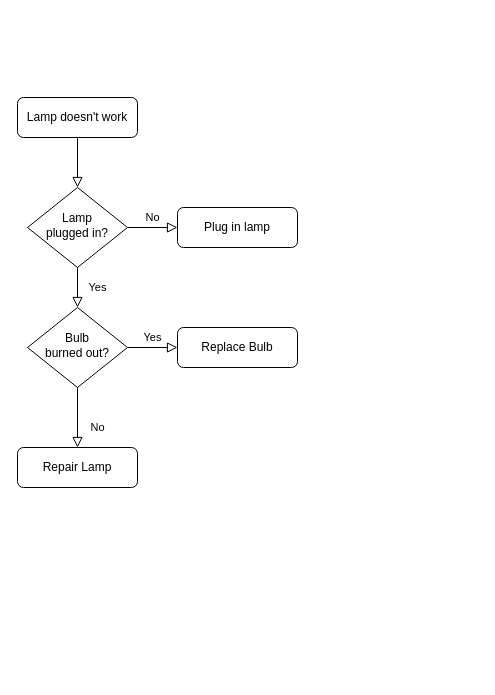
Earlier version of the draw.io diagram register.drawio (MasEBTa/drawio). Source tidied: cells renumbered, new cells numbered last; positions are measured from the earlier drawing's top-left corner, leaving out a move shared by most shapes. Both pictures are drawn from the tidied source at 100%, with x=0, y=0 at pixel (17, 97).
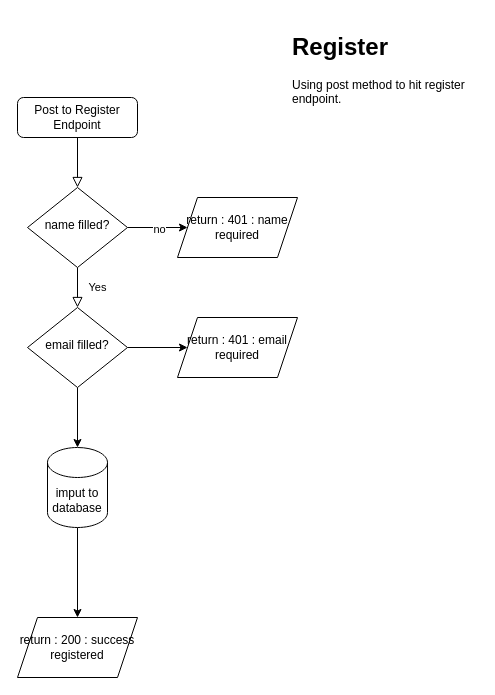
The same diagram, later.

The edit, as a diff of the source:
```diff
@@
 <mxGraphModel>
   <root>
     <mxCell id="0" />
     <mxCell id="1" parent="0" />
     <mxCell id="2" style="rounded=0;html=1;jettySize=auto;fontSize=11;endArrow=block;endFill=0;endSize=8;strokeWidth=1;shadow=0;labelBackgroundColor=none;edgeStyle=orthogonalEdgeStyle;" parent="1" edge="1" source="3" target="6">
       <mxGeometry relative="1" as="geometry" />
     </mxCell>
-    <mxCell id="3" value="Lamp doesn't work" style="rounded=1;whiteSpace=wrap;html=1;fontSize=12;glass=0;strokeWidth=1;shadow=0;" parent="1" vertex="1">
+    <mxCell id="3" value="Post to Register Endpoint" style="rounded=1;whiteSpace=wrap;html=1;fontSize=12;glass=0;strokeWidth=1;shadow=0;" parent="1" vertex="1">
       <mxGeometry width="120" height="40" as="geometry" />
     </mxCell>
     <mxCell id="4" value="Yes" style="rounded=0;html=1;jettySize=auto;fontSize=11;endArrow=block;endFill=0;endSize=8;strokeWidth=1;shadow=0;labelBackgroundColor=none;edgeStyle=orthogonalEdgeStyle;" parent="1" edge="1" source="6" target="10">
       <mxGeometry y="20" relative="1" as="geometry" />
     </mxCell>
-    <mxCell id="5" value="No" style="edgeStyle=orthogonalEdgeStyle;rounded=0;html=1;jettySize=auto;fontSize=11;endArrow=block;endFill=0;endSize=8;strokeWidth=1;shadow=0;labelBackgroundColor=none;" parent="1" edge="1" source="6" target="7">
-      <mxGeometry y="10" relative="1" as="geometry" />
-    </mxCell>
+    <mxCell id="13" style="edgeStyle=orthogonalEdgeStyle;rounded=0;jettySize=auto;html=1;" parent="1" edge="1" source="6" target="19">
+      <mxGeometry relative="1" as="geometry" />
+    </mxCell>
+    <mxCell id="14" value="no" style="edgeLabel;html=1;align=center;verticalAlign=middle;" parent="13" vertex="1">
+      <mxGeometry x="0.03" y="-1" relative="1" as="geometry" />
+    </mxCell>
-    <mxCell id="6" value="Lamp&lt;br&gt;plugged in?" style="rhombus;whiteSpace=wrap;html=1;shadow=0;fontFamily=Helvetica;fontSize=12;align=center;strokeWidth=1;spacing=6;spacingTop=-4;" parent="1" vertex="1">
+    <mxCell id="6" value="name filled?" style="rhombus;whiteSpace=wrap;html=1;shadow=0;fontFamily=Helvetica;fontSize=12;align=center;strokeWidth=1;spacing=6;spacingTop=-4;" parent="1" vertex="1">
       <mxGeometry x="10" y="90" width="100" height="80" as="geometry" />
     </mxCell>
-    <mxCell id="7" value="Plug in lamp" style="rounded=1;whiteSpace=wrap;html=1;fontSize=12;glass=0;strokeWidth=1;shadow=0;" parent="1" vertex="1">
-      <mxGeometry x="160" y="110" width="120" height="40" as="geometry" />
-    </mxCell>
-    <mxCell id="8" value="No" style="rounded=0;html=1;jettySize=auto;fontSize=11;endArrow=block;endFill=0;endSize=8;strokeWidth=1;shadow=0;labelBackgroundColor=none;edgeStyle=orthogonalEdgeStyle;" parent="1" edge="1" source="10" target="11">
-      <mxGeometry x="0.33" y="20" relative="1" as="geometry" />
-    </mxCell>
-    <mxCell id="9" value="Yes" style="edgeStyle=orthogonalEdgeStyle;rounded=0;html=1;jettySize=auto;fontSize=11;endArrow=block;endFill=0;endSize=8;strokeWidth=1;shadow=0;labelBackgroundColor=none;" parent="1" edge="1" source="10" target="12">
-      <mxGeometry y="10" relative="1" as="geometry" />
-    </mxCell>
+    <mxCell id="15" style="edgeStyle=orthogonalEdgeStyle;rounded=0;jettySize=auto;html=1;" parent="1" edge="1" source="10" target="18">
+      <mxGeometry relative="1" as="geometry" />
+    </mxCell>
+    <mxCell id="16" style="edgeStyle=orthogonalEdgeStyle;rounded=0;jettySize=auto;html=1;" parent="1" edge="1" source="10" target="20">
+      <mxGeometry relative="1" as="geometry" />
+    </mxCell>
-    <mxCell id="10" value="Bulb&lt;br&gt;burned out?" style="rhombus;whiteSpace=wrap;html=1;shadow=0;fontFamily=Helvetica;fontSize=12;align=center;strokeWidth=1;spacing=6;spacingTop=-4;" parent="1" vertex="1">
+    <mxCell id="10" value="email filled?" style="rhombus;whiteSpace=wrap;html=1;shadow=0;fontFamily=Helvetica;fontSize=12;align=center;strokeWidth=1;spacing=6;spacingTop=-4;" parent="1" vertex="1">
       <mxGeometry x="10" y="210" width="100" height="80" as="geometry" />
     </mxCell>
-    <mxCell id="11" value="Repair Lamp" style="rounded=1;whiteSpace=wrap;html=1;fontSize=12;glass=0;strokeWidth=1;shadow=0;" parent="1" vertex="1">
-      <mxGeometry y="350" width="120" height="40" as="geometry" />
-    </mxCell>
-    <mxCell id="12" value="Replace Bulb" style="rounded=1;whiteSpace=wrap;html=1;fontSize=12;glass=0;strokeWidth=1;shadow=0;" parent="1" vertex="1">
-      <mxGeometry x="160" y="230" width="120" height="40" as="geometry" />
-    </mxCell>
+    <mxCell id="17" style="edgeStyle=orthogonalEdgeStyle;rounded=0;jettySize=auto;html=1;" parent="1" edge="1" source="18" target="21">
+      <mxGeometry relative="1" as="geometry" />
+    </mxCell>
+    <mxCell id="18" value="imput to database" style="shape=cylinder3;whiteSpace=wrap;html=1;boundedLbl=1;backgroundOutline=1;size=15;" parent="1" vertex="1">
+      <mxGeometry x="30" y="350" width="60" height="80" as="geometry" />
+    </mxCell>
+    <mxCell id="19" value="return : 401 : name required" style="shape=parallelogram;perimeter=parallelogramPerimeter;whiteSpace=wrap;html=1;fixedSize=1;" parent="1" vertex="1">
+      <mxGeometry x="160" y="100" width="120" height="60" as="geometry" />
+    </mxCell>
+    <mxCell id="20" value="return : 401 : email required" style="shape=parallelogram;perimeter=parallelogramPerimeter;whiteSpace=wrap;html=1;fixedSize=1;" parent="1" vertex="1">
+      <mxGeometry x="160" y="220" width="120" height="60" as="geometry" />
+    </mxCell>
+    <mxCell id="21" value="return : 200 : success registered" style="shape=parallelogram;perimeter=parallelogramPerimeter;whiteSpace=wrap;html=1;fixedSize=1;" parent="1" vertex="1">
+      <mxGeometry y="520" width="120" height="60" as="geometry" />
+    </mxCell>
+    <mxCell id="22" value="&lt;h1&gt;Register&lt;/h1&gt;&lt;p&gt;Using post method to hit register endpoint.&lt;/p&gt;" style="text;html=1;strokeColor=none;fillColor=none;spacing=5;spacingTop=-20;whiteSpace=wrap;overflow=hidden;rounded=0;" parent="1" vertex="1">
+      <mxGeometry x="270" y="-70" width="190" height="120" as="geometry" />
+    </mxCell>
   </root>
 </mxGraphModel>
```
